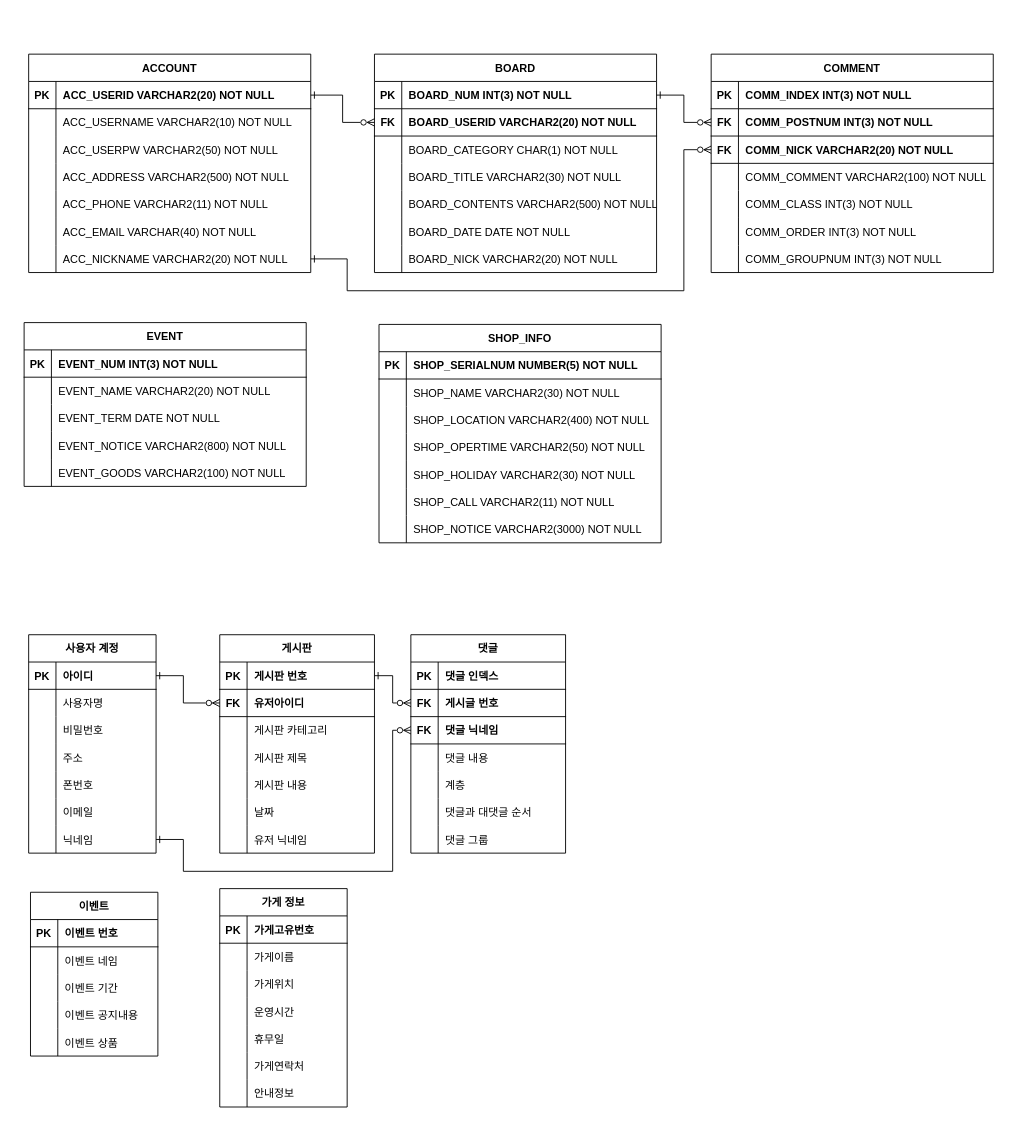
Above: page "ENGLISH" (1 of 2) of ERD_capstone.drawio in jgy2808/TERM_Project (draw.io), before the change. Source tidied: cells renumbered, new cells numbered last; positions are measured from the earlier drawing's top-left corner, leaving out a move shared by most shapes. Both pictures are drawn from the tidied source at 91%, with x=0, y=0 at pixel (24, 54).
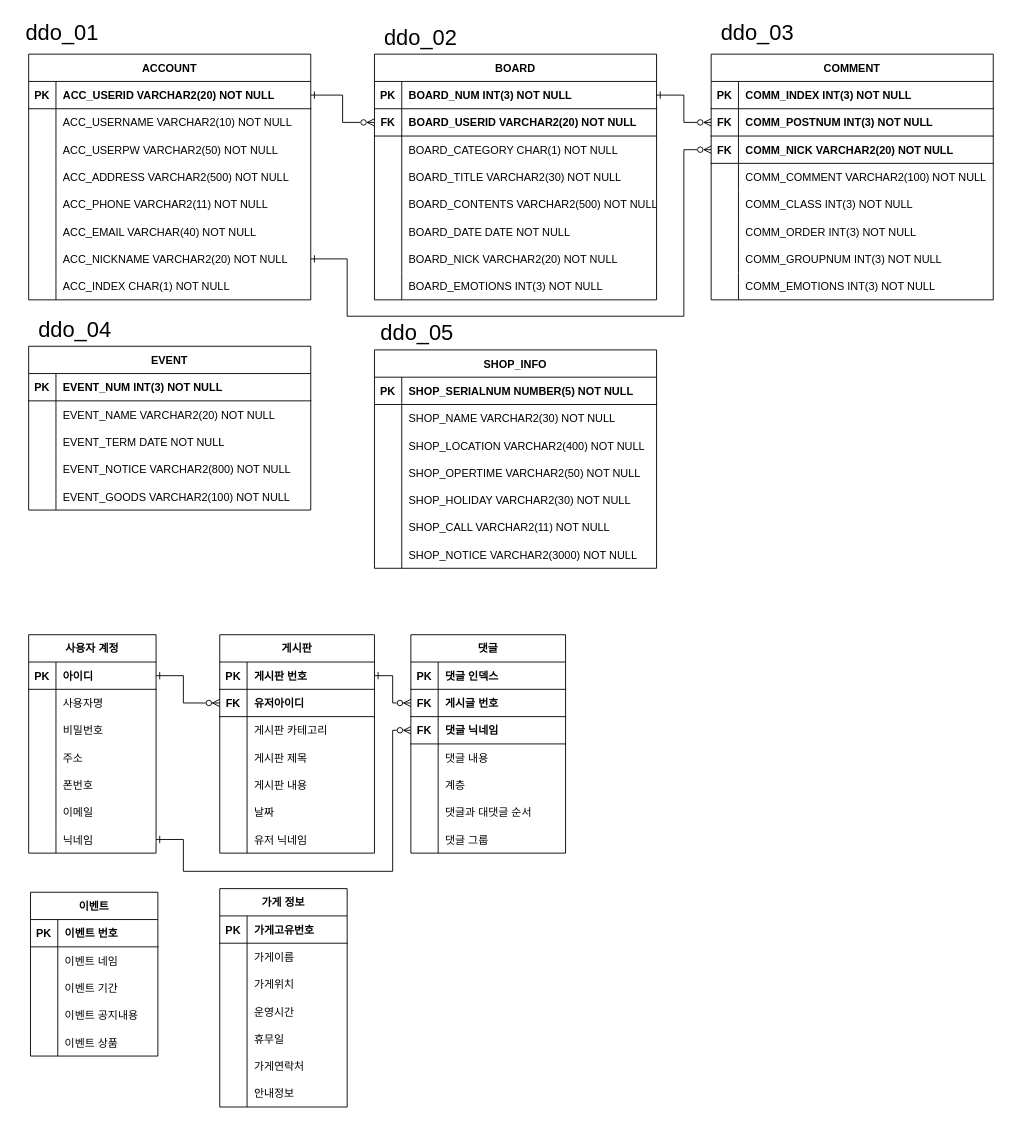
The same page after the edit.

The change refers to these unchanged cells:
```xml
<mxCell id="21" style="shape=partialRectangle;fillColor=none;points=[[0,0.5],[1,0.5]];portConstraint=eastwest;top=0;left=0;right=0;bottom=0;" parent="2" vertex="1">
  <mxGeometry y="210" width="310" height="30" as="geometry" />
</mxCell>
<mxCell id="76" style="shape=partialRectangle;fillColor=none;points=[[0,0.5],[1,0.5]];portConstraint=eastwest;top=0;left=0;right=0;bottom=1;" parent="69" vertex="1">
  <mxGeometry y="90" width="310" height="30" as="geometry" />
</mxCell>
```

Diff of the diagram source:
```diff
@@
     <mxCell id="2" value="ACCOUNT" style="shape=table;startSize=30;childLayout=tableLayout;rowLines=0;fontStyle=1;align=center;" parent="1" vertex="1">
-      <mxGeometry x="5" width="310" height="240" as="geometry" />
+      <mxGeometry x="5" width="310" height="270" as="geometry" />
     </mxCell>
@@
+    <mxCell id="216" style="shape=partialRectangle;fillColor=none;top=0;left=0;right=0;bottom=0;" parent="2" vertex="1">
+      <mxGeometry y="240" width="310" height="30" as="geometry" />
+    </mxCell>
+    <mxCell id="217" style="shape=partialRectangle;overflow=hidden;fillColor=none;top=0;left=0;bottom=0;right=0;" parent="216" vertex="1">
+      <mxGeometry width="30" height="30" as="geometry" />
+    </mxCell>
+    <mxCell id="218" value="ACC_INDEX CHAR(1) NOT NULL" style="shape=partialRectangle;overflow=hidden;fillColor=none;top=0;left=0;bottom=0;right=0;align=left;spacingLeft=6;" parent="216" vertex="1">
+      <mxGeometry x="30" width="280" height="30" as="geometry" />
+    </mxCell>
     <mxCell id="24" value="BOARD" style="shape=table;startSize=30;childLayout=tableLayout;rowLines=0;fontStyle=1;align=center;" parent="1" vertex="1">
-      <mxGeometry x="385" width="310" height="240" as="geometry" />
+      <mxGeometry x="385" width="310" height="270" as="geometry" />
     </mxCell>
@@
+    <mxCell id="219" style="shape=partialRectangle;fillColor=none;top=0;left=0;right=0;bottom=0;" parent="24" vertex="1">
+      <mxGeometry y="240" width="310" height="30" as="geometry" />
+    </mxCell>
+    <mxCell id="220" style="shape=partialRectangle;overflow=hidden;fillColor=none;top=0;left=0;bottom=0;right=0;" parent="219" vertex="1">
+      <mxGeometry width="30" height="30" as="geometry" />
+    </mxCell>
+    <mxCell id="221" value="BOARD_EMOTIONS INT(3) NOT NULL" style="shape=partialRectangle;overflow=hidden;fillColor=none;top=0;left=0;bottom=0;right=0;align=left;spacingLeft=6;" parent="219" vertex="1">
+      <mxGeometry x="30" width="280" height="30" as="geometry" />
+    </mxCell>
     <mxCell id="46" value="SHOP_INFO" style="shape=table;startSize=30;childLayout=tableLayout;rowLines=0;fontStyle=1;align=center;" parent="1" vertex="1">
-      <mxGeometry x="390" y="297" width="310" height="240" as="geometry" />
+      <mxGeometry x="385" y="325" width="310" height="240" as="geometry" />
     </mxCell>
@@
     <mxCell id="69" value="COMMENT" style="shape=table;startSize=30;childLayout=tableLayout;rowLines=0;fontStyle=1;align=center;" parent="1" vertex="1">
-      <mxGeometry x="755" width="310" height="240" as="geometry" />
+      <mxGeometry x="755" width="310" height="270" as="geometry" />
     </mxCell>
@@
+    <mxCell id="222" style="shape=partialRectangle;fillColor=none;top=0;left=0;right=0;bottom=0;" parent="69" vertex="1">
+      <mxGeometry y="240" width="310" height="30" as="geometry" />
+    </mxCell>
+    <mxCell id="223" style="shape=partialRectangle;overflow=hidden;fillColor=none;top=0;left=0;bottom=0;right=0;" parent="222" vertex="1">
+      <mxGeometry width="30" height="30" as="geometry" />
+    </mxCell>
+    <mxCell id="224" value="COMM_EMOTIONS INT(3) NOT NULL" style="shape=partialRectangle;overflow=hidden;fillColor=none;top=0;left=0;bottom=0;right=0;align=left;spacingLeft=6;" parent="222" vertex="1">
+      <mxGeometry x="30" width="280" height="30" as="geometry" />
+    </mxCell>
     <mxCell id="91" style="edgeStyle=orthogonalEdgeStyle;rounded=0;jettySize=auto;html=1;exitX=1;exitY=0.5;exitDx=0;exitDy=0;entryX=0;entryY=0.5;entryDx=0;entryDy=0;endArrow=ERzeroToMany;endFill=0;startArrow=ERone;startFill=0;" parent="1" edge="1" source="21" target="76">
       <mxGeometry relative="1" as="geometry">
         <Array as="points">
           <mxPoint x="355" y="225" />
-          <mxPoint x="355" y="260" />
-          <mxPoint x="725" y="260" />
+          <mxPoint x="355" y="288" />
+          <mxPoint x="725" y="288" />
           <mxPoint x="725" y="105" />
         </Array>
       </mxGeometry>
     </mxCell>
@@
     <mxCell id="184" value="EVENT" style="shape=table;startSize=30;childLayout=tableLayout;rowLines=0;fontStyle=1;align=center;" parent="1" vertex="1">
-      <mxGeometry y="295" width="310" height="180" as="geometry" />
+      <mxGeometry x="5" y="321" width="310" height="180" as="geometry" />
     </mxCell>
@@
+    <mxCell id="225" value="&lt;font style=&quot;font-size: 24px&quot;&gt;ddo_01&lt;/font&gt;" style="text;html=1;strokeColor=none;fillColor=none;align=center;verticalAlign=middle;whiteSpace=wrap;rounded=0;" parent="1" vertex="1">
+      <mxGeometry x="-9" y="-42" width="102" height="37" as="geometry" />
+    </mxCell>
+    <mxCell id="226" value="&lt;font style=&quot;font-size: 24px&quot;&gt;ddo_02&lt;/font&gt;" style="text;html=1;strokeColor=none;fillColor=none;align=center;verticalAlign=middle;whiteSpace=wrap;rounded=0;" parent="1" vertex="1">
+      <mxGeometry x="385" y="-37" width="102" height="37" as="geometry" />
+    </mxCell>
+    <mxCell id="227" value="&lt;font style=&quot;font-size: 24px&quot;&gt;ddo_03&lt;/font&gt;" style="text;html=1;strokeColor=none;fillColor=none;align=center;verticalAlign=middle;whiteSpace=wrap;rounded=0;" parent="1" vertex="1">
+      <mxGeometry x="755" y="-42" width="102" height="37" as="geometry" />
+    </mxCell>
+    <mxCell id="228" value="&lt;font style=&quot;font-size: 24px&quot;&gt;ddo_04&lt;/font&gt;" style="text;html=1;strokeColor=none;fillColor=none;align=center;verticalAlign=middle;whiteSpace=wrap;rounded=0;" parent="1" vertex="1">
+      <mxGeometry x="5" y="284" width="102" height="37" as="geometry" />
+    </mxCell>
+    <mxCell id="229" value="&lt;font style=&quot;font-size: 24px&quot;&gt;ddo_05&lt;/font&gt;" style="text;html=1;strokeColor=none;fillColor=none;align=center;verticalAlign=middle;whiteSpace=wrap;rounded=0;" parent="1" vertex="1">
+      <mxGeometry x="381" y="288" width="102" height="37" as="geometry" />
+    </mxCell>
```
